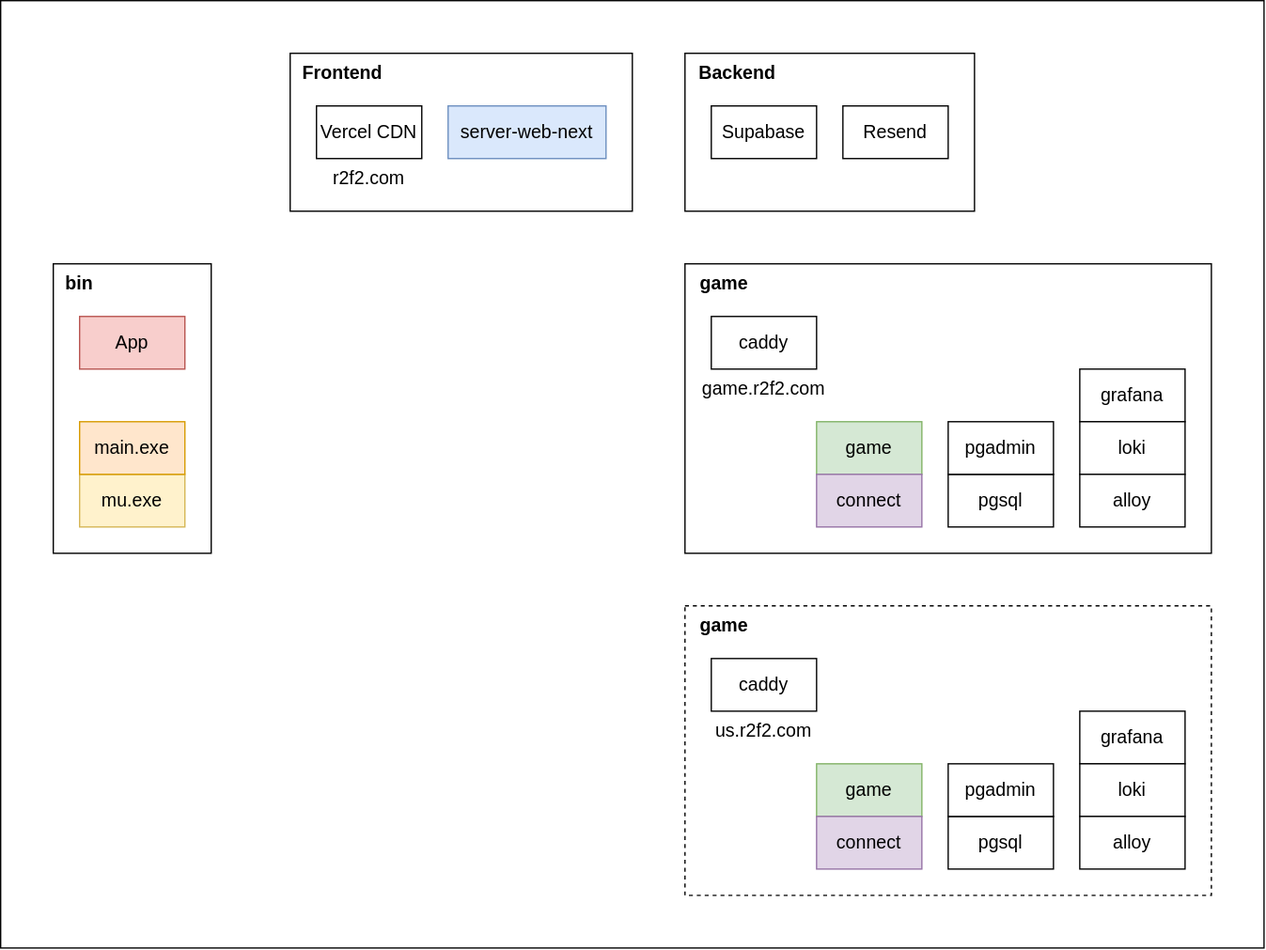
Before: docker/deploy.drawio.svg, a diagram exported from draw.io (xujintao/balgass). Source tidied: cells renumbered, new cells last; positions are measured from the earlier drawing's top-left corner, leaving out a move shared by most shapes.
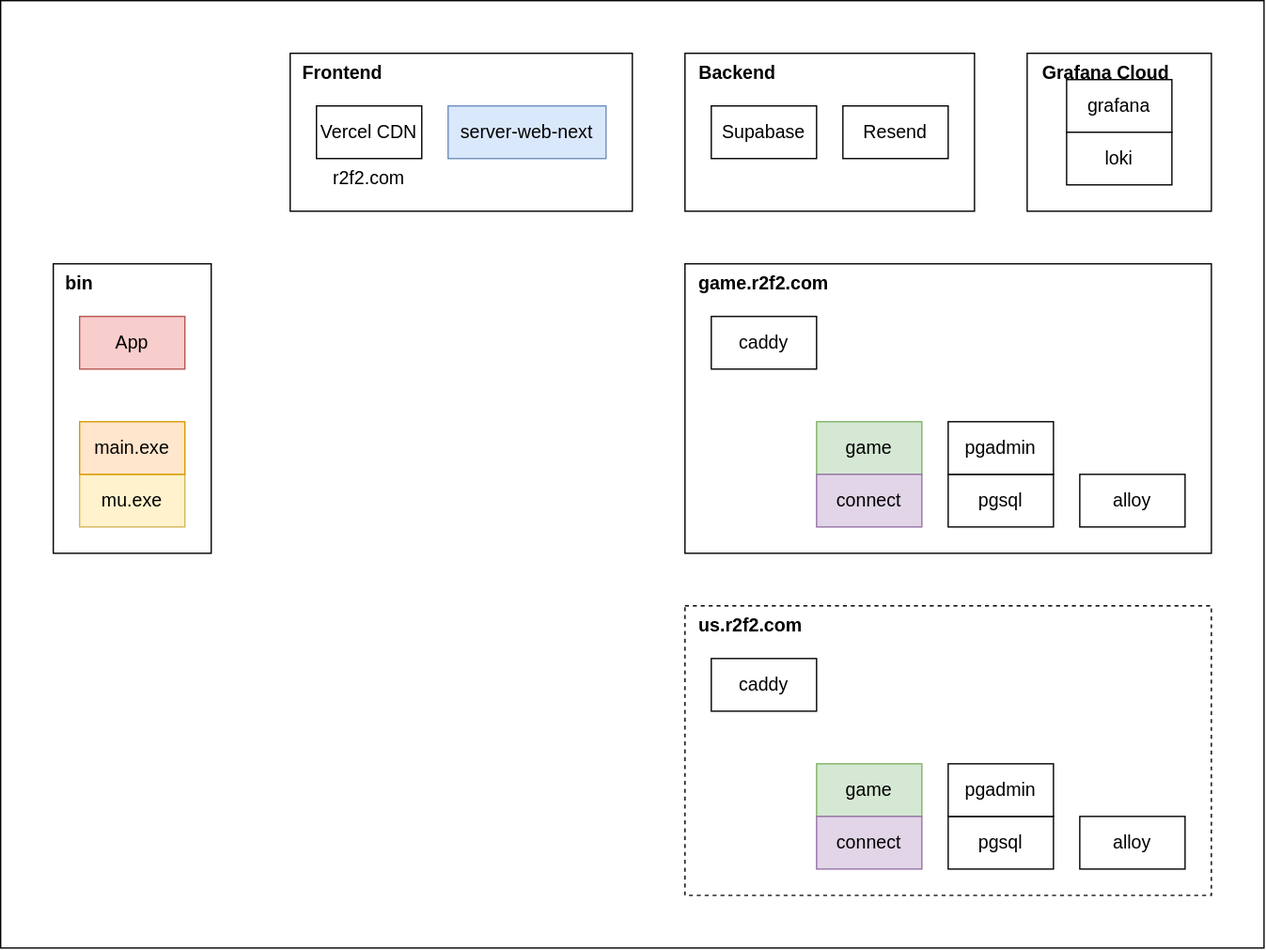
The same diagram one commit later.

Commit message:
docs/refactor: update system and deployment diagrams

What changed in the source:
```diff
@@ -5,6 +5,9 @@
     <mxCell id="2" style="rounded=0;whiteSpace=wrap;html=1;fillColor=none;fontSize=14;" parent="1" vertex="1">
       <mxGeometry width="960" height="720" as="geometry" />
     </mxCell>
+    <mxCell id="39" style="rounded=0;whiteSpace=wrap;html=1;fillColor=none;fontSize=14;" parent="1" vertex="1">
+      <mxGeometry x="780" y="40" width="140" height="120" as="geometry" />
+    </mxCell>
     <mxCell id="3" style="rounded=0;whiteSpace=wrap;html=1;fillColor=none;fontSize=14;" parent="1" vertex="1">
       <mxGeometry x="520" y="40" width="220" height="120" as="geometry" />
     </mxCell>
@@ -35,8 +38,8 @@
     <mxCell id="12" value="pgsql" style="rounded=0;whiteSpace=wrap;html=1;fontSize=14;" parent="1" vertex="1">
       <mxGeometry x="720" y="360" width="80" height="40" as="geometry" />
     </mxCell>
-    <mxCell id="13" value="game.r2f2.com" style="text;html=1;strokeColor=none;fillColor=none;align=center;verticalAlign=middle;whiteSpace=wrap;rounded=0;fontSize=14;" parent="1" vertex="1">
-      <mxGeometry x="530" y="280" width="100" height="30" as="geometry" />
+    <mxCell id="13" value="&lt;b&gt;game.r2f2.com&lt;/b&gt;" style="text;html=1;strokeColor=none;fillColor=none;align=center;verticalAlign=middle;whiteSpace=wrap;rounded=0;fontSize=14;" parent="1" vertex="1">
+      <mxGeometry x="520" y="200" width="120" height="30" as="geometry" />
     </mxCell>
     <mxCell id="14" value="server-web-next" style="rounded=0;whiteSpace=wrap;html=1;fontSize=14;fillColor=#dae8fc;strokeColor=#6c8ebf;" parent="1" vertex="1">
       <mxGeometry x="340" y="80" width="120" height="40" as="geometry" />
@@ -45,10 +48,10 @@
       <mxGeometry x="720" y="320" width="80" height="40" as="geometry" />
     </mxCell>
     <mxCell id="16" value="grafana" style="rounded=0;whiteSpace=wrap;html=1;fontSize=14;" parent="1" vertex="1">
-      <mxGeometry x="820" y="280" width="80" height="40" as="geometry" />
+      <mxGeometry x="810" y="60" width="80" height="40" as="geometry" />
     </mxCell>
     <mxCell id="17" value="loki" style="rounded=0;whiteSpace=wrap;html=1;fontSize=14;" parent="1" vertex="1">
-      <mxGeometry x="820" y="320" width="80" height="40" as="geometry" />
+      <mxGeometry x="810" y="100" width="80" height="40" as="geometry" />
     </mxCell>
     <mxCell id="18" value="App" style="rounded=0;whiteSpace=wrap;html=1;fontSize=14;fillColor=#f8cecc;strokeColor=#b85450;" parent="1" vertex="1">
       <mxGeometry x="60" y="240" width="80" height="40" as="geometry" />
@@ -59,9 +62,6 @@
     <mxCell id="20" value="main.exe" style="rounded=0;whiteSpace=wrap;html=1;strokeWidth=1;fillColor=#ffe6cc;strokeColor=#d79b00;fontSize=14;" parent="1" vertex="1">
       <mxGeometry x="60" y="320" width="80" height="40" as="geometry" />
     </mxCell>
-    <mxCell id="21" value="game" style="text;html=1;align=center;verticalAlign=middle;whiteSpace=wrap;rounded=0;fontSize=14;fontStyle=1;" parent="1" vertex="1">
-      <mxGeometry x="520" y="200" width="60" height="30" as="geometry" />
-    </mxCell>
     <mxCell id="22" value="bin" style="text;html=1;align=center;verticalAlign=middle;whiteSpace=wrap;rounded=0;fontSize=14;fontStyle=1;" parent="1" vertex="1">
       <mxGeometry x="40" y="200" width="40" height="30" as="geometry" />
     </mxCell>
@@ -86,24 +86,15 @@
     <mxCell id="29" value="pgsql" style="rounded=0;whiteSpace=wrap;html=1;fontSize=14;" parent="1" vertex="1">
       <mxGeometry x="720" y="620" width="80" height="40" as="geometry" />
     </mxCell>
-    <mxCell id="30" value="us.r2f2.com" style="text;html=1;strokeColor=none;fillColor=none;align=center;verticalAlign=middle;whiteSpace=wrap;rounded=0;fontSize=14;" parent="1" vertex="1">
-      <mxGeometry x="530" y="540" width="100" height="30" as="geometry" />
+    <mxCell id="30" value="us.r2f2.com" style="text;html=1;strokeColor=none;fillColor=none;align=center;verticalAlign=middle;whiteSpace=wrap;rounded=0;fontSize=14;fontStyle=1;" parent="1" vertex="1">
+      <mxGeometry x="520" y="460" width="100" height="30" as="geometry" />
     </mxCell>
     <mxCell id="31" value="pgadmin" style="rounded=0;whiteSpace=wrap;html=1;fontSize=14;" parent="1" vertex="1">
       <mxGeometry x="720" y="580" width="80" height="40" as="geometry" />
     </mxCell>
-    <mxCell id="32" value="grafana" style="rounded=0;whiteSpace=wrap;html=1;fontSize=14;" parent="1" vertex="1">
-      <mxGeometry x="820" y="540" width="80" height="40" as="geometry" />
-    </mxCell>
-    <mxCell id="33" value="loki" style="rounded=0;whiteSpace=wrap;html=1;fontSize=14;" parent="1" vertex="1">
-      <mxGeometry x="820" y="580" width="80" height="40" as="geometry" />
-    </mxCell>
     <mxCell id="34" value="alloy" style="rounded=0;whiteSpace=wrap;html=1;fontSize=14;" parent="1" vertex="1">
       <mxGeometry x="820" y="620" width="80" height="40" as="geometry" />
     </mxCell>
-    <mxCell id="35" value="game" style="text;html=1;align=center;verticalAlign=middle;whiteSpace=wrap;rounded=0;fontSize=14;fontStyle=1;" parent="1" vertex="1">
-      <mxGeometry x="520" y="460" width="60" height="30" as="geometry" />
-    </mxCell>
     <mxCell id="36" value="Frontend" style="text;html=1;align=center;verticalAlign=middle;whiteSpace=wrap;rounded=0;fontSize=14;fontStyle=1;" parent="1" vertex="1">
       <mxGeometry x="220" y="40" width="80" height="30" as="geometry" />
     </mxCell>
@@ -113,5 +104,8 @@
     <mxCell id="38" value="Backend" style="text;html=1;align=center;verticalAlign=middle;whiteSpace=wrap;rounded=0;fontSize=14;fontStyle=1;" parent="1" vertex="1">
       <mxGeometry x="520" y="40" width="80" height="30" as="geometry" />
     </mxCell>
+    <mxCell id="40" value="Grafana Cloud" style="text;html=1;align=center;verticalAlign=middle;whiteSpace=wrap;rounded=0;fontSize=14;fontStyle=1;" parent="1" vertex="1">
+      <mxGeometry x="780" y="40" width="120" height="30" as="geometry" />
+    </mxCell>
   </root>
 </mxGraphModel>
```
